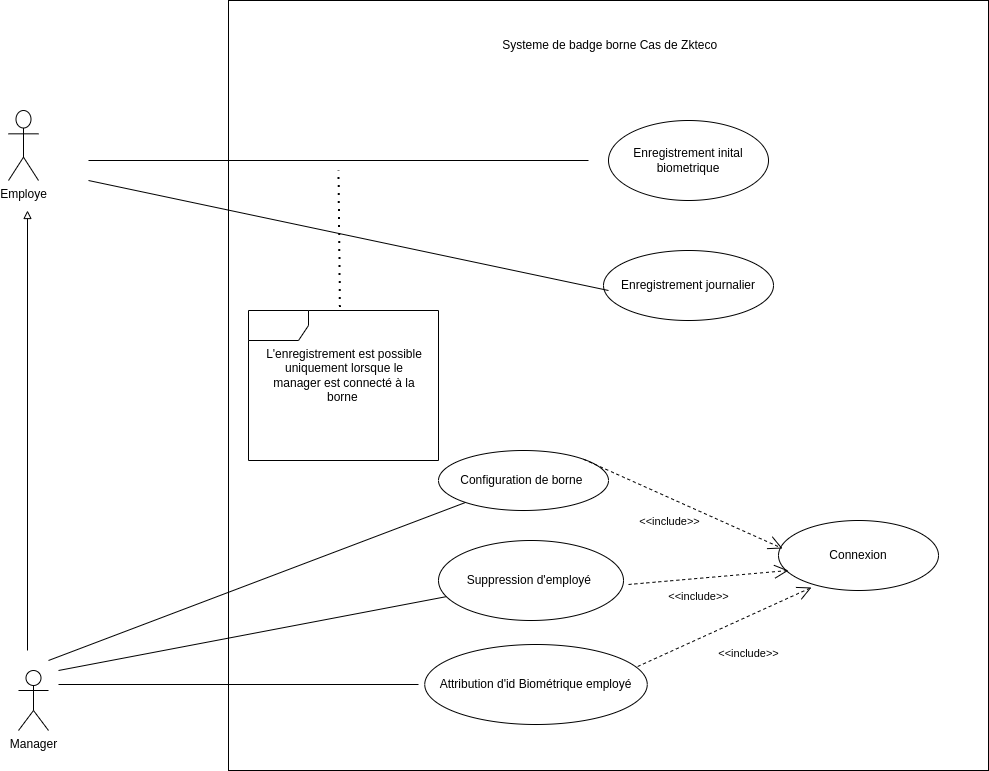
Siluearsene/borne_biometrique keeps this draw.io diagram as static/UsecaseZkteco.drawio.png. Above is the earlier version. Source tidied: cells renumbered, new cells last; positions are measured from the earlier drawing's top-left corner, leaving out a move shared by most shapes.
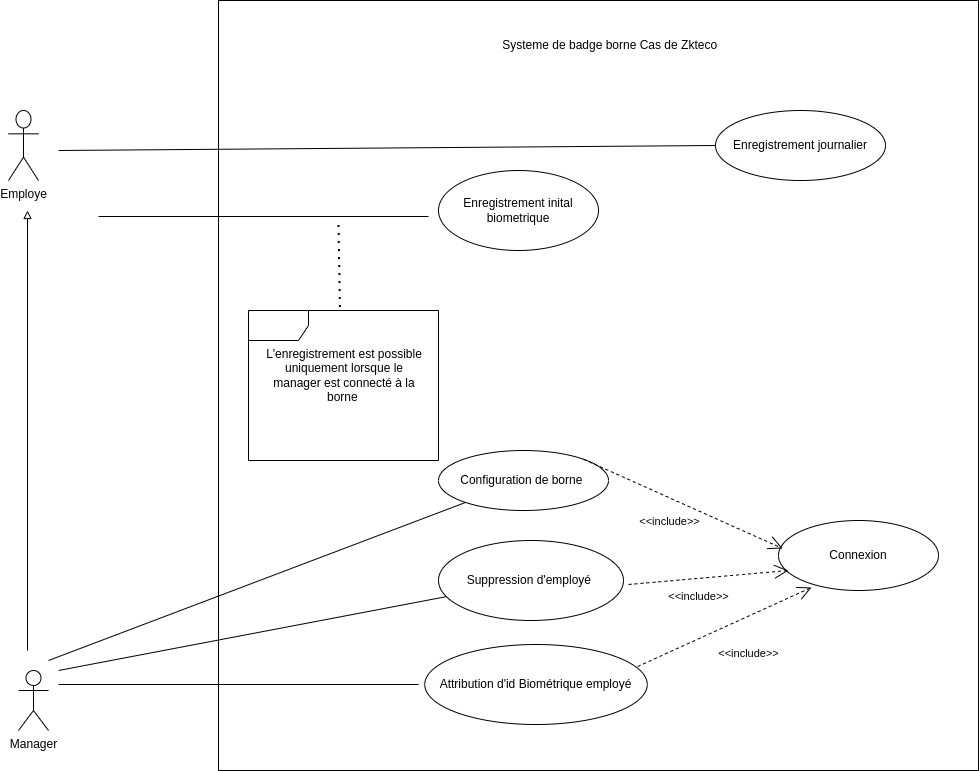
Above is the later version.

Commit message:
Mettre à jour UsecaseZkteco.drawio.png

Diff of the diagram source:
```diff
@@ -9,7 +9,7 @@
       <mxGeometry x="10" y="670" width="30" height="60" as="geometry" />
     </mxCell>
     <mxCell id="4" style="rounded=0;whiteSpace=wrap;html=1;" parent="1" vertex="1">
-      <mxGeometry x="220" width="760" height="770" as="geometry" />
+      <mxGeometry x="210" width="760" height="770" as="geometry" />
     </mxCell>
     <mxCell id="5" value="Systeme de badge borne Cas de Zkteco&amp;nbsp;&amp;nbsp;" style="text;html=1;strokeColor=none;fillColor=none;align=center;verticalAlign=middle;whiteSpace=wrap;rounded=0;" parent="1" vertex="1">
       <mxGeometry x="480" y="30" width="250" height="30" as="geometry" />
@@ -27,7 +27,7 @@
       <mxGeometry x="416.2" y="644" width="222.5" height="80" as="geometry" />
     </mxCell>
     <mxCell id="9" value="Enregistrement inital biometrique" style="ellipse;whiteSpace=wrap;html=1;" parent="1" vertex="1">
-      <mxGeometry x="600" y="120" width="160" height="80" as="geometry" />
+      <mxGeometry x="430" y="170" width="160" height="80" as="geometry" />
     </mxCell>
     <mxCell id="10" value="Connexion" style="ellipse;whiteSpace=wrap;html=1;" parent="1" vertex="1">
       <mxGeometry x="770" y="520" width="160" height="70" as="geometry" />
@@ -49,14 +49,14 @@
       </mxGeometry>
     </mxCell>
     <mxCell id="15" style="line;strokeWidth=1;fillColor=none;align=left;verticalAlign=middle;spacingTop=-1;spacingLeft=3;spacingRight=3;labelPosition=right;strokeColor=inherit;" parent="1" vertex="1">
-      <mxGeometry x="80" y="156" width="500" height="8" as="geometry" />
+      <mxGeometry x="90" y="212" width="330" height="8" as="geometry" />
     </mxCell>
     <mxCell id="16" style="shape=umlFrame;whiteSpace=wrap;html=1;" parent="1" vertex="1">
       <mxGeometry x="240" y="310" width="190" height="150" as="geometry" />
     </mxCell>
     <mxCell id="17" style="endArrow=none;dashed=1;html=1;dashPattern=1 3;strokeWidth=2;rounded=0;exitX=0.481;exitY=-0.023;exitDx=0;exitDy=0;exitPerimeter=0;" parent="1" edge="1" source="16">
       <mxGeometry relative="1" as="geometry">
-        <mxPoint x="330" y="170" as="targetPoint" />
+        <mxPoint x="330" y="220" as="targetPoint" />
       </mxGeometry>
     </mxCell>
     <mxCell id="18" value="L'enregistrement est possible uniquement lorsque le manager est connecté à la borne&amp;nbsp;" style="text;html=1;strokeColor=none;fillColor=none;align=center;verticalAlign=middle;whiteSpace=wrap;rounded=0;" parent="1" vertex="1">
@@ -90,12 +90,11 @@
       </mxGeometry>
     </mxCell>
     <mxCell id="25" value="Enregistrement journalier" style="ellipse;whiteSpace=wrap;html=1;" parent="1" vertex="1">
-      <mxGeometry x="595" y="250" width="170" height="70" as="geometry" />
+      <mxGeometry x="707" y="110" width="170" height="70" as="geometry" />
     </mxCell>
-    <mxCell id="26" style="endArrow=none;html=1;rounded=0;" parent="1" edge="1">
+    <mxCell id="26" style="endArrow=none;html=1;rounded=0;entryX=0;entryY=0.5;entryDx=0;entryDy=0;" parent="1" edge="1" target="25">
       <mxGeometry relative="1" as="geometry">
-        <mxPoint x="80" y="180" as="sourcePoint" />
-        <mxPoint x="600" y="290" as="targetPoint" />
+        <mxPoint x="50" y="150" as="sourcePoint" />
       </mxGeometry>
     </mxCell>
   </root>
```
